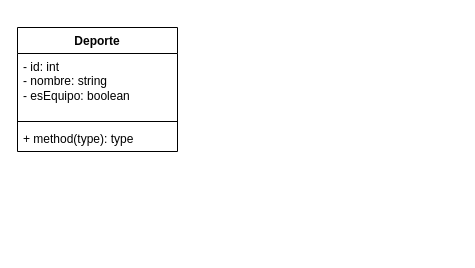
The draw.io diagram SistemaDeportes.drawio in ArianaSarango/AA2, before the edit. Source tidied: cells renumbered, new cells numbered last; positions are measured from the earlier drawing's top-left corner, leaving out a move shared by most shapes. Both pictures are drawn from the tidied source at 100%, with x=0, y=0 at pixel (17, 27).
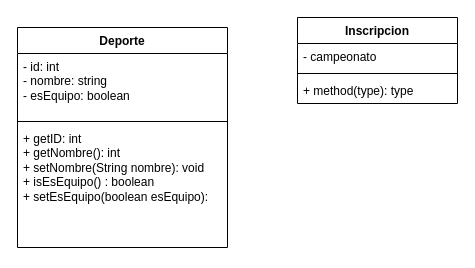
The same diagram, later.

The edit, as a diff of the source:
```diff
@@
 <mxGraphModel>
   <root>
     <mxCell id="0" />
     <mxCell id="1" parent="0" />
     <mxCell id="2" value="Deporte" style="swimlane;fontStyle=1;align=center;verticalAlign=top;horizontal=1;startSize=26;whiteSpace=wrap;html=1;" parent="1" vertex="1">
-      <mxGeometry width="160" height="124" as="geometry" />
+      <mxGeometry width="210" height="220" as="geometry" />
     </mxCell>
     <mxCell id="3" value="&lt;div&gt;- id: int&lt;/div&gt;&lt;div&gt;- nombre: string&lt;br&gt;- esEquipo: boolean&lt;/div&gt;" style="text;strokeColor=none;fillColor=none;align=left;verticalAlign=top;spacingLeft=4;spacingRight=4;overflow=hidden;whiteSpace=wrap;html=1;" parent="2" vertex="1">
-      <mxGeometry y="26" width="160" height="64" as="geometry" />
+      <mxGeometry y="26" width="210" height="64" as="geometry" />
     </mxCell>
     <mxCell id="4" style="line;strokeWidth=1;fillColor=none;align=left;verticalAlign=middle;spacingTop=-1;spacingLeft=3;spacingRight=3;labelPosition=right;strokeColor=inherit;" parent="2" vertex="1">
-      <mxGeometry y="90" width="160" height="8" as="geometry" />
+      <mxGeometry y="90" width="210" height="8" as="geometry" />
     </mxCell>
-    <mxCell id="5" value="+ method(type): type" style="text;strokeColor=none;fillColor=none;align=left;verticalAlign=top;spacingLeft=4;spacingRight=4;overflow=hidden;whiteSpace=wrap;html=1;" parent="2" vertex="1">
-      <mxGeometry y="98" width="160" height="26" as="geometry" />
+    <mxCell id="5" value="&lt;div&gt;&lt;div&gt;+ getID: int&lt;/div&gt;&lt;div&gt;+ getNombre(): int&lt;/div&gt;&lt;div&gt;+ setNombre(String nombre): void&lt;/div&gt;&lt;div&gt;+ isEsEquipo() : boolean&lt;/div&gt;&lt;div&gt;+ setEsEquipo(boolean esEquipo):&amp;nbsp;&lt;/div&gt;&lt;/div&gt;" style="text;strokeColor=none;fillColor=none;align=left;verticalAlign=top;spacingLeft=4;spacingRight=4;overflow=hidden;whiteSpace=wrap;html=1;" parent="2" vertex="1">
+      <mxGeometry y="98" width="210" height="122" as="geometry" />
     </mxCell>
+    <mxCell id="6" value="Inscripcion" style="swimlane;fontStyle=1;align=center;verticalAlign=top;horizontal=1;startSize=26;whiteSpace=wrap;html=1;" parent="1" vertex="1">
+      <mxGeometry x="280" y="-10" width="160" height="86" as="geometry" />
+    </mxCell>
+    <mxCell id="7" value="- campeonato" style="text;strokeColor=none;fillColor=none;align=left;verticalAlign=top;spacingLeft=4;spacingRight=4;overflow=hidden;whiteSpace=wrap;html=1;" parent="6" vertex="1">
+      <mxGeometry y="26" width="160" height="26" as="geometry" />
+    </mxCell>
+    <mxCell id="8" style="line;strokeWidth=1;fillColor=none;align=left;verticalAlign=middle;spacingTop=-1;spacingLeft=3;spacingRight=3;labelPosition=right;strokeColor=inherit;" parent="6" vertex="1">
+      <mxGeometry y="52" width="160" height="8" as="geometry" />
+    </mxCell>
+    <mxCell id="9" value="+ method(type): type" style="text;strokeColor=none;fillColor=none;align=left;verticalAlign=top;spacingLeft=4;spacingRight=4;overflow=hidden;whiteSpace=wrap;html=1;" parent="6" vertex="1">
+      <mxGeometry y="60" width="160" height="26" as="geometry" />
+    </mxCell>
   </root>
 </mxGraphModel>
```
